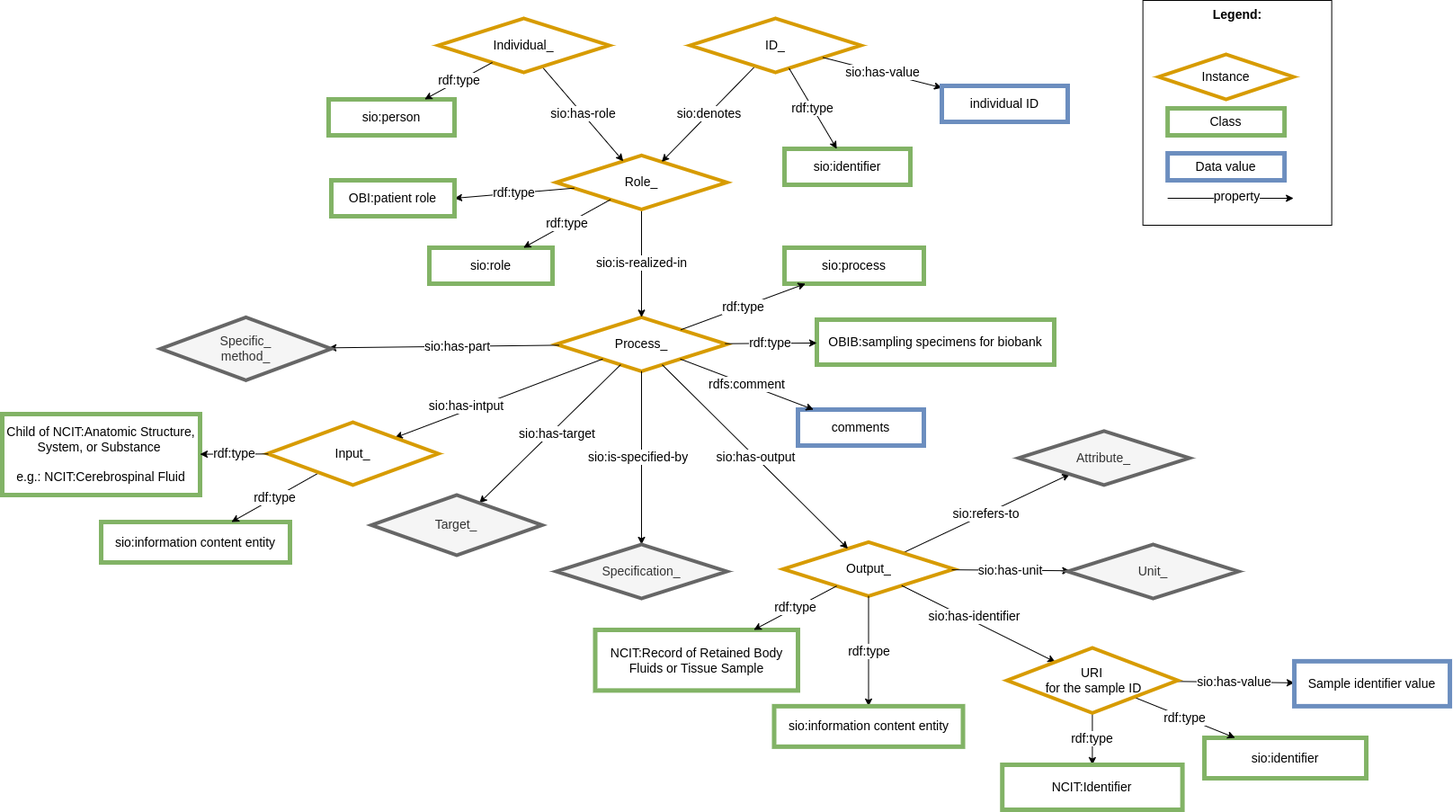
This is images/CARE-SM-Biobank.png from CARE-SM/CARE-Semantic-Model, a draw.io export, as it was before one commit. Source tidied: cells renumbered, new cells last; positions are measured from the earlier drawing's top-left corner, leaving out a move shared by most shapes.
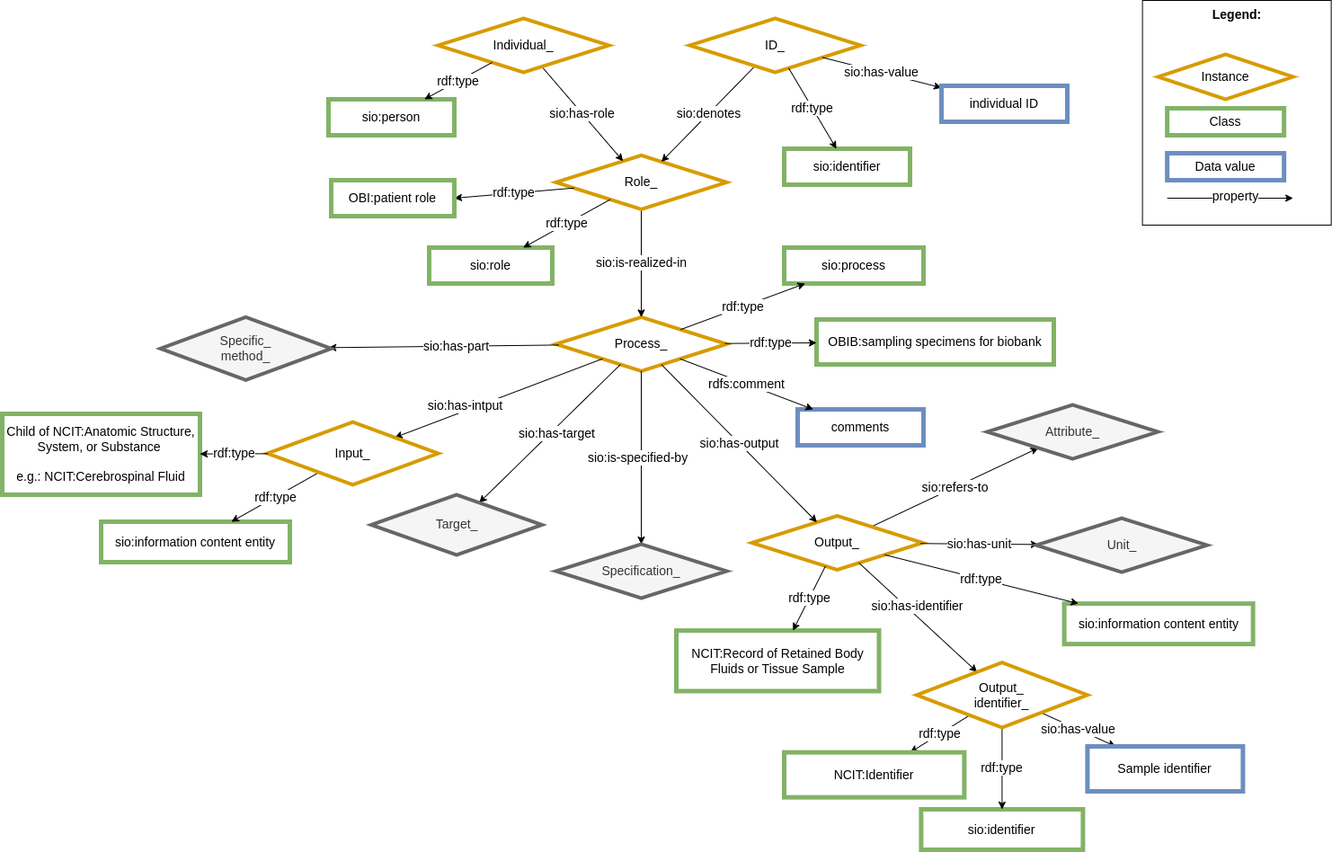
The same diagram one commit later.

Change to the diagram source:
```diff
@@ -6,7 +6,7 @@
       <mxGeometry relative="1" as="geometry" />
     </mxCell>
     <mxCell id="3" value="Output_" style="rhombus;whiteSpace=wrap;html=1;fillColor=#FFFFFF;strokeColor=#D79B00;perimeter=rhombusPerimeter;arcSize=20;comic=0;enumerate=0;strokeWidth=4;rounded=0;fontSize=14;" parent="1" vertex="1">
-      <mxGeometry x="868.5" y="602.4" width="190" height="60" as="geometry" />
+      <mxGeometry x="834" y="573.5" width="190" height="60" as="geometry" />
     </mxCell>
     <mxCell id="4" value="Process_" style="rhombus;whiteSpace=wrap;html=1;fillColor=#FFFFFF;strokeColor=#D79B00;perimeter=rhombusPerimeter;arcSize=20;comic=0;enumerate=0;strokeWidth=4;rounded=0;fontSize=14;" parent="1" vertex="1">
       <mxGeometry x="616" y="352.4" width="190" height="60" as="geometry" />
@@ -17,11 +17,8 @@
     <mxCell id="6" value="sio:process" style="whiteSpace=wrap;html=1;fillColor=#FFFFFF;strokeColor=#82b366;strokeWidth=5;fontSize=14;" parent="1" vertex="1">
       <mxGeometry x="870" y="275" width="155" height="40" as="geometry" />
     </mxCell>
-    <mxCell id="7" value="rdf:type" style="edgeStyle=none;rounded=0;jettySize=auto;html=1;fontSize=14;" parent="1" edge="1" source="3" target="8">
-      <mxGeometry relative="1" as="geometry" />
-    </mxCell>
     <mxCell id="8" value="&lt;font style=&quot;font-size: 14px;&quot;&gt;sio:information content entity&lt;/font&gt;" style="whiteSpace=wrap;html=1;fillColor=#FFFFFF;strokeColor=#82b366;strokeWidth=5;fontSize=14;" parent="1" vertex="1">
-      <mxGeometry x="858.5" y="784.9" width="210" height="45" as="geometry" />
+      <mxGeometry x="1181.6" y="671.1" width="210" height="45" as="geometry" />
     </mxCell>
     <mxCell id="9" value="Role_" style="rhombus;whiteSpace=wrap;html=1;fillColor=#FFFFFF;strokeColor=#D79B00;perimeter=rhombusPerimeter;arcSize=20;comic=0;enumerate=0;strokeWidth=4;rounded=0;fontSize=14;" parent="1" vertex="1">
       <mxGeometry x="616" y="172.4" width="190" height="60" as="geometry" />
@@ -39,7 +36,7 @@
       <mxGeometry x="485" y="20" width="190" height="60" as="geometry" />
     </mxCell>
     <mxCell id="14" value="Attribute_" style="rhombus;whiteSpace=wrap;html=1;fillColor=#f5f5f5;strokeColor=#666666;perimeter=rhombusPerimeter;arcSize=20;comic=0;enumerate=0;strokeWidth=4;rounded=0;fontSize=14;fontColor=#333333;" parent="1" vertex="1">
-      <mxGeometry x="1130.4" y="478.9" width="190" height="60" as="geometry" />
+      <mxGeometry x="1095.9" y="450" width="190" height="60" as="geometry" />
     </mxCell>
     <mxCell id="15" value="sio:role" style="whiteSpace=wrap;html=1;fillColor=#FFFFFF;strokeColor=#82b366;strokeWidth=5;fontSize=14;" parent="1" vertex="1">
       <mxGeometry x="475" y="275" width="137" height="40" as="geometry" />
@@ -135,13 +132,13 @@
       <mxGeometry relative="1" as="geometry" />
     </mxCell>
     <mxCell id="41" value="&lt;div style=&quot;font-size: 14px;&quot;&gt;NCIT:Identifier&lt;/div&gt;" style="whiteSpace=wrap;html=1;fillColor=#FFFFFF;strokeColor=#82b366;strokeWidth=5;fontSize=14;" parent="1" vertex="1">
-      <mxGeometry x="1112.2" y="850" width="200.4" height="50" as="geometry" />
+      <mxGeometry x="870" y="836.7" width="200.4" height="50" as="geometry" />
     </mxCell>
     <mxCell id="42" value="sio:has-value" style="rounded=0;jettySize=auto;html=1;fontSize=14;" parent="1" edge="1" source="56" target="43">
       <mxGeometry relative="1" as="geometry" />
     </mxCell>
-    <mxCell id="43" value="&lt;div style=&quot;font-size: 14px;&quot;&gt;Sample identifier value&lt;/div&gt;" style="whiteSpace=wrap;html=1;fillColor=#FFFFFF;strokeColor=#6c8ebf;strokeWidth=5;fontSize=14;" parent="1" vertex="1">
-      <mxGeometry x="1437" y="734.9" width="173" height="50" as="geometry" />
+    <mxCell id="43" value="&lt;div style=&quot;font-size: 14px;&quot;&gt;Sample identifier&lt;/div&gt;" style="whiteSpace=wrap;html=1;fillColor=#FFFFFF;strokeColor=#6c8ebf;strokeWidth=5;fontSize=14;" parent="1" vertex="1">
+      <mxGeometry x="1207.4" y="830" width="173" height="50" as="geometry" />
     </mxCell>
     <mxCell id="44" value="rdf:type" style="edgeStyle=none;rounded=0;jettySize=auto;html=1;entryX=1;entryY=0.5;entryDx=0;entryDy=0;fontSize=14;" parent="1" edge="1" source="9" target="45">
       <mxGeometry relative="1" as="geometry" />
@@ -171,22 +168,22 @@
       <mxGeometry relative="1" as="geometry" />
     </mxCell>
     <mxCell id="53" value="&lt;font style=&quot;font-size: 14px;&quot;&gt;sio:identifier&lt;/font&gt;" style="whiteSpace=wrap;html=1;fillColor=#FFFFFF;strokeColor=#82b366;strokeWidth=5;fontSize=14;" parent="1" vertex="1">
-      <mxGeometry x="1337" y="820" width="180" height="45" as="geometry" />
+      <mxGeometry x="1022.4" y="900" width="180" height="45" as="geometry" />
     </mxCell>
     <mxCell id="54" value="Unit_" style="rhombus;whiteSpace=wrap;html=1;fillColor=#f5f5f5;strokeColor=#666666;perimeter=rhombusPerimeter;arcSize=20;comic=0;enumerate=0;strokeWidth=4;rounded=0;fontSize=14;fontColor=#333333;" parent="1" vertex="1">
-      <mxGeometry x="1185" y="605" width="190" height="60" as="geometry" />
+      <mxGeometry x="1150.5" y="576.1" width="190" height="60" as="geometry" />
     </mxCell>
     <mxCell id="55" value="rdf:type" style="edgeStyle=none;rounded=0;jettySize=auto;html=1;fontSize=14;" parent="1" edge="1" source="56" target="53">
       <mxGeometry relative="1" as="geometry" />
     </mxCell>
-    <mxCell id="56" value="URI&lt;div style=&quot;font-size: 14px;&quot;&gt;&amp;nbsp;for the sample ID&lt;/div&gt;" style="rhombus;whiteSpace=wrap;html=1;fillColor=#FFFFFF;strokeColor=#D79B00;perimeter=rhombusPerimeter;arcSize=20;comic=0;enumerate=0;strokeWidth=4;rounded=0;fontSize=14;" parent="1" vertex="1">
-      <mxGeometry x="1117.4" y="720" width="190" height="72.4" as="geometry" />
+    <mxCell id="56" value="Output_&lt;div&gt;identifier_&lt;/div&gt;" style="rhombus;whiteSpace=wrap;html=1;fillColor=#FFFFFF;strokeColor=#D79B00;perimeter=rhombusPerimeter;arcSize=20;comic=0;enumerate=0;strokeWidth=4;rounded=0;fontSize=14;" parent="1" vertex="1">
+      <mxGeometry x="1017.4" y="736.7" width="190" height="72.4" as="geometry" />
     </mxCell>
     <mxCell id="57" value="Target_" style="rhombus;whiteSpace=wrap;html=1;fillColor=#f5f5f5;strokeColor=#666666;perimeter=rhombusPerimeter;arcSize=20;comic=0;enumerate=0;strokeWidth=4;rounded=0;fontColor=#333333;fontSize=14;" parent="1" vertex="1">
       <mxGeometry x="410.5" y="550" width="190" height="67" as="geometry" />
     </mxCell>
     <mxCell id="58" value="&lt;div style=&quot;font-size: 14px;&quot;&gt;NCIT:Record of Retained Body Fluids or Tissue Sample&lt;br style=&quot;font-size: 14px;&quot;&gt;&lt;/div&gt;" style="whiteSpace=wrap;html=1;fillColor=#FFFFFF;strokeColor=#82b366;strokeWidth=5;fontSize=14;" parent="1" vertex="1">
-      <mxGeometry x="659.5" y="700" width="225.5" height="67.4" as="geometry" />
+      <mxGeometry x="750" y="701.1" width="225.5" height="67.4" as="geometry" />
     </mxCell>
     <mxCell id="59" value="rdf:type" style="edgeStyle=none;rounded=0;jettySize=auto;html=1;fontSize=14;" parent="1" edge="1" source="3" target="58">
       <mxGeometry relative="1" as="geometry" />
@@ -209,5 +206,8 @@
     <mxCell id="65" value="Specific_&lt;div style=&quot;font-size: 14px;&quot;&gt;method_&lt;/div&gt;" style="rhombus;whiteSpace=wrap;html=1;fillColor=#f5f5f5;strokeColor=#666666;perimeter=rhombusPerimeter;arcSize=20;comic=0;enumerate=0;strokeWidth=4;rounded=0;fontSize=14;fontColor=#333333;" parent="1" vertex="1">
       <mxGeometry x="176" y="352.4" width="190" height="70" as="geometry" />
     </mxCell>
+    <mxCell id="7" value="rdf:type" style="edgeStyle=none;rounded=0;jettySize=auto;html=1;fontSize=14;" parent="1" edge="1" source="3" target="8">
+      <mxGeometry relative="1" as="geometry" />
+    </mxCell>
   </root>
 </mxGraphModel>
```
